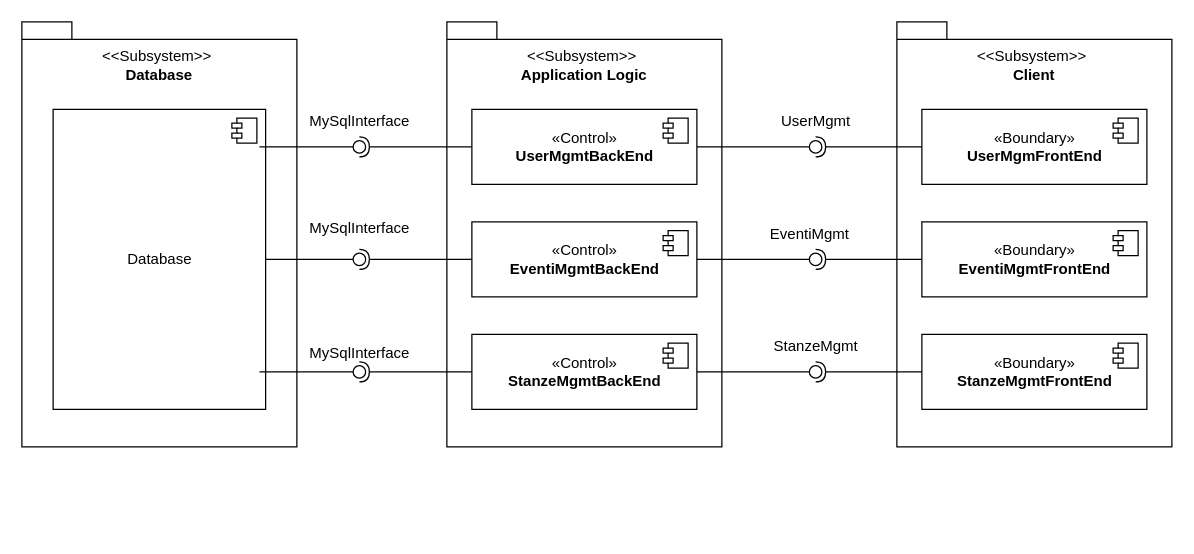
GionathaPirola/Progetto_PAC-GESA keeps this draw.io diagram as Iterazione 3/ComponentDiagram.drawio. Above is the earlier version. Source tidied: cells renumbered, new cells numbered last; positions are measured from the earlier drawing's top-left corner, leaving out a move shared by most shapes. Both pictures are drawn from the tidied source at 125%, with x=0, y=0 at pixel (21, 21).
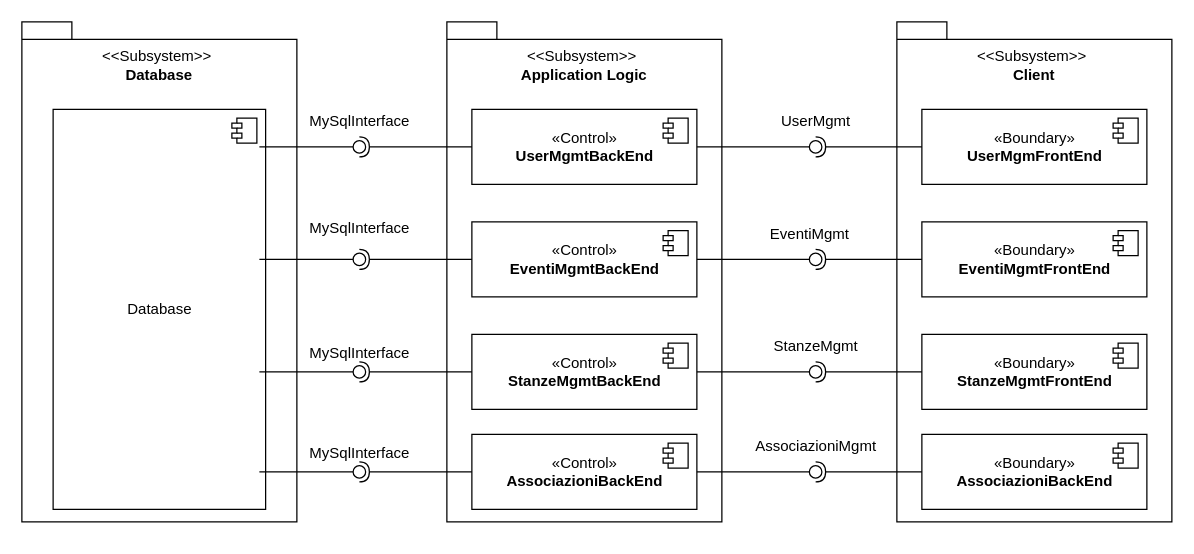
The same page after the edit.

The change refers to these unchanged cells:
```xml
<mxCell id="29" style="ellipse;whiteSpace=wrap;html=1;align=center;points=[];outlineConnect=0;sketch=0;" parent="1" vertex="1">
  <mxGeometry x="265" y="185" width="10" height="10" as="geometry" />
</mxCell>
<mxCell id="43" style="ellipse;whiteSpace=wrap;html=1;align=center;points=[];outlineConnect=0;sketch=0;direction=south;" parent="1" vertex="1">
  <mxGeometry x="265" y="275" width="10" height="10" as="geometry" />
</mxCell>
```

Change to the diagram source:
```diff
@@
     <mxCell id="2" style="shape=folder;fontStyle=1;spacingTop=10;tabWidth=40;tabHeight=14;tabPosition=left;html=1;labelPosition=center;verticalLabelPosition=middle;align=center;verticalAlign=middle;" parent="1" vertex="1">
-      <mxGeometry width="220" height="340" as="geometry" />
+      <mxGeometry width="220" height="400" as="geometry" />
     </mxCell>
     <mxCell id="3" value="Database" style="html=1;" parent="1" vertex="1">
-      <mxGeometry x="25" y="70" width="170" height="240" as="geometry" />
+      <mxGeometry x="25" y="70" width="170" height="320" as="geometry" />
     </mxCell>
@@
     <mxCell id="7" style="shape=folder;fontStyle=1;spacingTop=10;tabWidth=40;tabHeight=14;tabPosition=left;html=1;labelPosition=center;verticalLabelPosition=middle;align=center;verticalAlign=middle;" parent="1" vertex="1">
-      <mxGeometry x="340" width="220" height="340" as="geometry" />
+      <mxGeometry x="340" width="220" height="400" as="geometry" />
     </mxCell>
@@
     <mxCell id="10" style="shape=folder;fontStyle=1;spacingTop=10;tabWidth=40;tabHeight=14;tabPosition=left;html=1;labelPosition=center;verticalLabelPosition=middle;align=center;verticalAlign=middle;" parent="1" vertex="1">
-      <mxGeometry x="700" width="220" height="340" as="geometry" />
+      <mxGeometry x="700" width="220" height="400" as="geometry" />
     </mxCell>
@@
-    <mxCell id="27" style="rounded=0;jettySize=auto;html=1;endArrow=none;endFill=0;sketch=0;sourcePerimeterSpacing=0;targetPerimeterSpacing=0;" parent="1" edge="1" source="3" target="29">
-      <mxGeometry relative="1" as="geometry" />
+    <mxCell id="27" style="rounded=0;jettySize=auto;html=1;endArrow=none;endFill=0;sketch=0;sourcePerimeterSpacing=0;targetPerimeterSpacing=0;" parent="1" edge="1" target="29">
+      <mxGeometry relative="1" as="geometry">
+        <mxPoint x="190" y="190" as="sourcePoint" />
+      </mxGeometry>
     </mxCell>
@@
-    <mxCell id="41" style="rounded=0;jettySize=auto;html=1;endArrow=none;endFill=0;sketch=0;sourcePerimeterSpacing=0;targetPerimeterSpacing=0;exitX=0.971;exitY=0.875;exitDx=0;exitDy=0;exitPerimeter=0;" parent="1" edge="1" source="3" target="43">
-      <mxGeometry relative="1" as="geometry" />
+    <mxCell id="41" style="rounded=0;jettySize=auto;html=1;endArrow=none;endFill=0;sketch=0;sourcePerimeterSpacing=0;targetPerimeterSpacing=0;" parent="1" edge="1" target="43">
+      <mxGeometry relative="1" as="geometry">
+        <mxPoint x="190" y="280" as="sourcePoint" />
+      </mxGeometry>
     </mxCell>
@@
+    <mxCell id="50" value="«Control»&lt;br&gt;&lt;b&gt;AssociazioniBackEnd&lt;/b&gt;" style="html=1;" parent="1" vertex="1">
+      <mxGeometry x="360" y="330" width="180" height="60" as="geometry" />
+    </mxCell>
+    <mxCell id="51" style="shape=module;jettyWidth=8;jettyHeight=4;" parent="50" vertex="1">
+      <mxGeometry x="1" width="20" height="20" relative="1" as="geometry">
+        <mxPoint x="-27" y="7" as="offset" />
+      </mxGeometry>
+    </mxCell>
+    <mxCell id="52" value="«Boundary»&lt;br&gt;&lt;b&gt;AssociazioniBackEnd&lt;/b&gt;" style="html=1;" parent="1" vertex="1">
+      <mxGeometry x="720" y="330" width="180" height="60" as="geometry" />
+    </mxCell>
+    <mxCell id="53" style="shape=module;jettyWidth=8;jettyHeight=4;" parent="52" vertex="1">
+      <mxGeometry x="1" width="20" height="20" relative="1" as="geometry">
+        <mxPoint x="-27" y="7" as="offset" />
+      </mxGeometry>
+    </mxCell>
+    <mxCell id="54" style="rounded=0;jettySize=auto;html=1;endArrow=none;endFill=0;sketch=0;sourcePerimeterSpacing=0;targetPerimeterSpacing=0;" parent="1" edge="1" target="56">
+      <mxGeometry relative="1" as="geometry">
+        <mxPoint x="190" y="360" as="sourcePoint" />
+      </mxGeometry>
+    </mxCell>
+    <mxCell id="55" style="rounded=0;jettySize=auto;html=1;endArrow=halfCircle;endFill=0;entryX=0.5;entryY=0.5;endSize=6;strokeWidth=1;sketch=0;" parent="1" edge="1" source="50" target="56">
+      <mxGeometry relative="1" as="geometry" />
+    </mxCell>
+    <mxCell id="56" style="ellipse;whiteSpace=wrap;html=1;align=center;points=[];outlineConnect=0;sketch=0;" parent="1" vertex="1">
+      <mxGeometry x="265" y="355" width="10" height="10" as="geometry" />
+    </mxCell>
+    <mxCell id="57" style="rounded=0;jettySize=auto;html=1;endArrow=none;endFill=0;sketch=0;sourcePerimeterSpacing=0;targetPerimeterSpacing=0;exitX=1;exitY=0.5;exitDx=0;exitDy=0;" parent="1" edge="1" source="50" target="59">
+      <mxGeometry relative="1" as="geometry" />
+    </mxCell>
+    <mxCell id="58" style="rounded=0;jettySize=auto;html=1;endArrow=halfCircle;endFill=0;entryX=0.5;entryY=0.5;endSize=6;strokeWidth=1;sketch=0;" parent="1" edge="1" source="52" target="59">
+      <mxGeometry relative="1" as="geometry" />
+    </mxCell>
+    <mxCell id="59" style="ellipse;whiteSpace=wrap;html=1;align=center;points=[];outlineConnect=0;sketch=0;" parent="1" vertex="1">
+      <mxGeometry x="630" y="355" width="10" height="10" as="geometry" />
+    </mxCell>
+    <mxCell id="60" value="MySqlInterface" style="text;html=1;align=center;verticalAlign=middle;strokeColor=none;fillColor=none;" parent="1" vertex="1">
+      <mxGeometry x="220" y="330" width="100" height="30" as="geometry" />
+    </mxCell>
+    <mxCell id="61" value="AssociazioniMgmt" style="text;html=1;align=center;verticalAlign=middle;strokeColor=none;fillColor=none;" parent="1" vertex="1">
+      <mxGeometry x="575" y="325" width="120" height="30" as="geometry" />
+    </mxCell>
```
